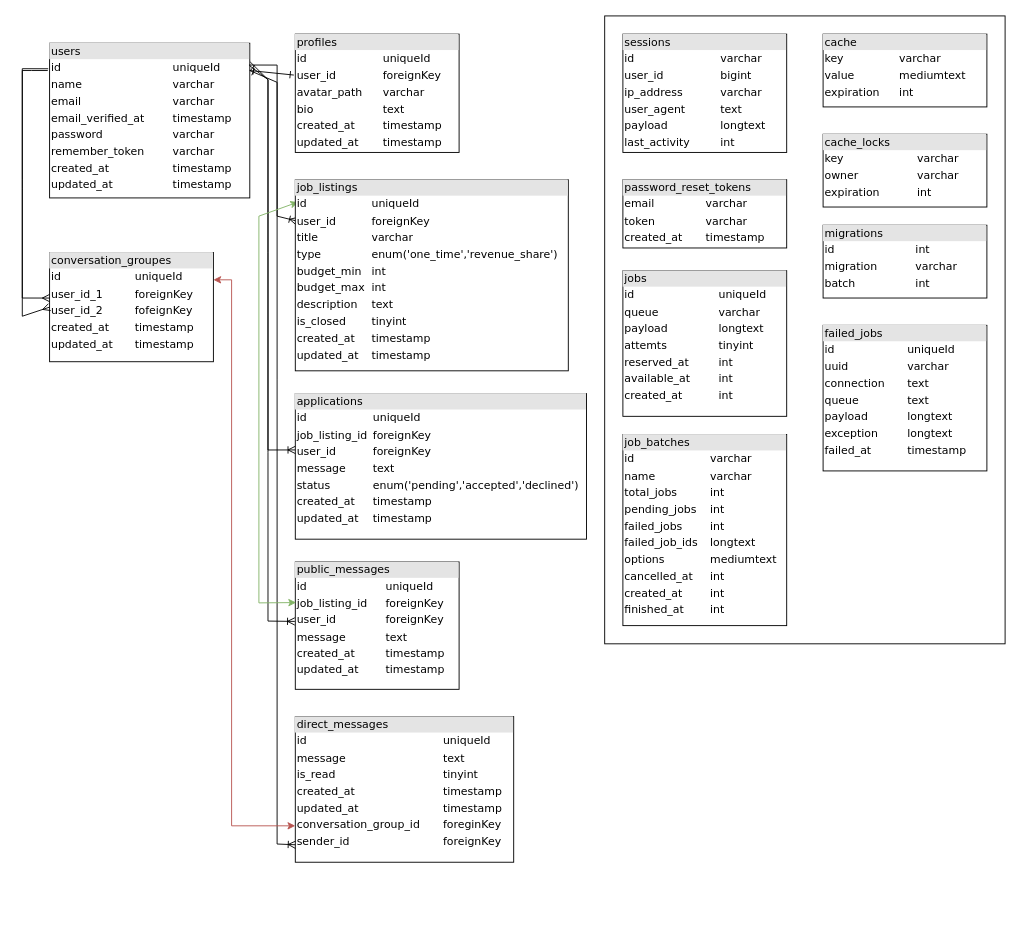
The draw.io diagram match-db.drawio in OzakiKazuhiro/match, before the edit. Source tidied: cells renumbered, new cells numbered last; positions are measured from the earlier drawing's top-left corner, leaving out a move shared by most shapes. Both pictures are drawn from the tidied source at 91%, with x=0, y=0 at pixel (22, 15).
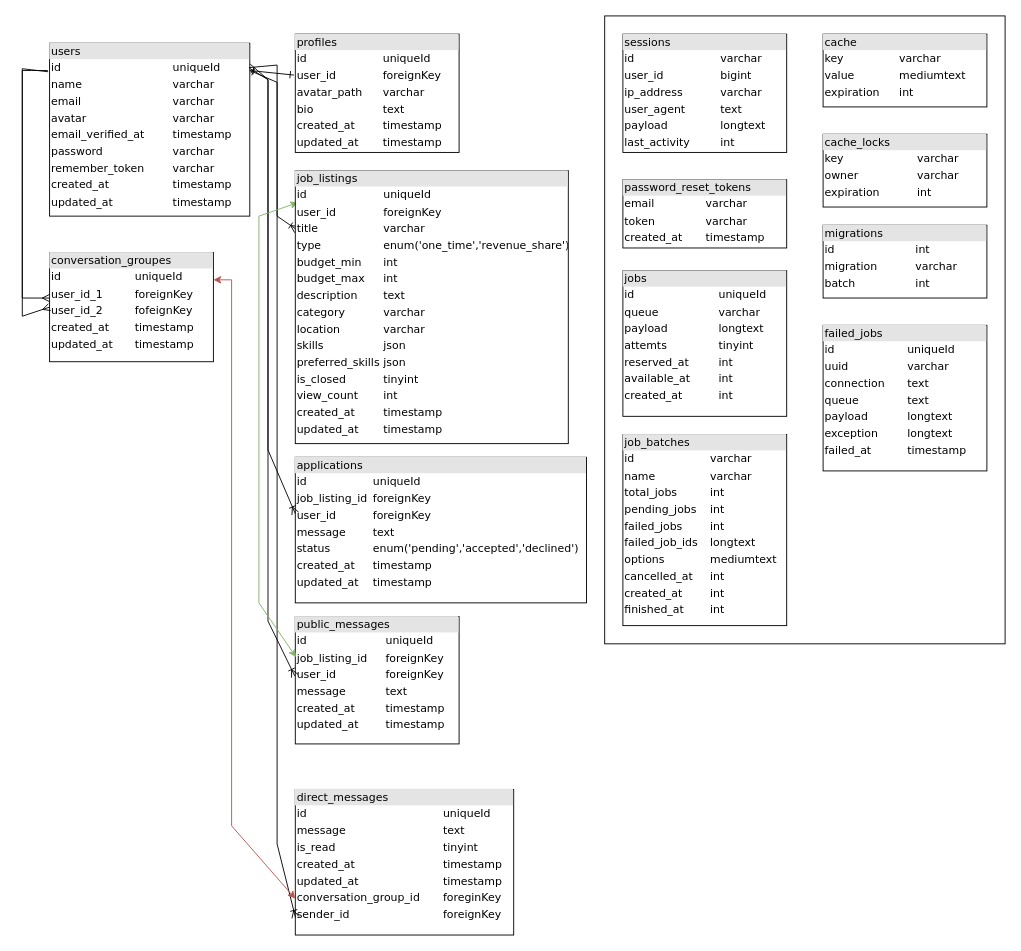
After the change.

The edit, as a diff of the source:
```diff
@@
-    <mxCell id="3" value="&lt;div style=&quot;box-sizing:border-box;width:100%;background:#e4e4e4;padding:2px;&quot;&gt;users&lt;/div&gt;&lt;table style=&quot;width:100%;font-size:1em;&quot; cellpadding=&quot;2&quot; cellspacing=&quot;0&quot;&gt;&lt;tbody&gt;&lt;tr&gt;&lt;td&gt;id&lt;/td&gt;&lt;td&gt;uniqueId&lt;/td&gt;&lt;/tr&gt;&lt;tr&gt;&lt;td&gt;name&lt;/td&gt;&lt;td&gt;varchar&lt;/td&gt;&lt;/tr&gt;&lt;tr&gt;&lt;td&gt;email&lt;/td&gt;&lt;td&gt;varchar&lt;br&gt;&lt;/td&gt;&lt;/tr&gt;&lt;tr&gt;&lt;td&gt;email_verified_at&lt;/td&gt;&lt;td&gt;timestamp&lt;/td&gt;&lt;/tr&gt;&lt;tr&gt;&lt;td&gt;password&lt;/td&gt;&lt;td&gt;varchar&lt;/td&gt;&lt;/tr&gt;&lt;tr&gt;&lt;td&gt;remember_token&lt;/td&gt;&lt;td&gt;varchar&lt;/td&gt;&lt;/tr&gt;&lt;tr&gt;&lt;td&gt;created_at&lt;/td&gt;&lt;td&gt;timestamp&lt;/td&gt;&lt;/tr&gt;&lt;tr&gt;&lt;td&gt;updated_at&lt;/td&gt;&lt;td&gt;timestamp&lt;/td&gt;&lt;/tr&gt;&lt;/tbody&gt;&lt;/table&gt;" style="verticalAlign=top;align=left;overflow=fill;html=1;rounded=0;shadow=0;comic=0;labelBackgroundColor=none;strokeWidth=1;fontFamily=Verdana;fontSize=12;" parent="1" vertex="1">
-      <mxGeometry x="30" y="30" width="220" height="170" as="geometry" />
+    <mxCell id="3" value="&lt;div style=&quot;box-sizing:border-box;width:100%;background:#e4e4e4;padding:2px;&quot;&gt;users&lt;/div&gt;&lt;table style=&quot;width:100%;font-size:1em;&quot; cellpadding=&quot;2&quot; cellspacing=&quot;0&quot;&gt;&lt;tbody&gt;&lt;tr&gt;&lt;td&gt;id&lt;/td&gt;&lt;td&gt;uniqueId&lt;/td&gt;&lt;/tr&gt;&lt;tr&gt;&lt;td&gt;name&lt;/td&gt;&lt;td&gt;varchar&lt;/td&gt;&lt;/tr&gt;&lt;tr&gt;&lt;td&gt;email&lt;/td&gt;&lt;td&gt;varchar&lt;br&gt;&lt;/td&gt;&lt;/tr&gt;&lt;tr&gt;&lt;td&gt;avatar&lt;/td&gt;&lt;td&gt;varchar&lt;/td&gt;&lt;/tr&gt;&lt;tr&gt;&lt;td&gt;email_verified_at&lt;/td&gt;&lt;td&gt;timestamp&lt;/td&gt;&lt;/tr&gt;&lt;tr&gt;&lt;td&gt;password&lt;/td&gt;&lt;td&gt;varchar&lt;/td&gt;&lt;/tr&gt;&lt;tr&gt;&lt;td&gt;remember_token&lt;/td&gt;&lt;td&gt;varchar&lt;/td&gt;&lt;/tr&gt;&lt;tr&gt;&lt;td&gt;created_at&lt;/td&gt;&lt;td&gt;timestamp&lt;/td&gt;&lt;/tr&gt;&lt;tr&gt;&lt;td&gt;updated_at&lt;/td&gt;&lt;td&gt;timestamp&lt;/td&gt;&lt;/tr&gt;&lt;/tbody&gt;&lt;/table&gt;" style="verticalAlign=top;align=left;overflow=fill;html=1;rounded=0;shadow=0;comic=0;labelBackgroundColor=none;strokeWidth=1;fontFamily=Verdana;fontSize=12;" parent="1" vertex="1">
+      <mxGeometry x="30" y="30" width="220" height="190" as="geometry" />
     </mxCell>
@@
     <mxCell id="5" value="&lt;div style=&quot;box-sizing: border-box ; width: 100% ; background: #e4e4e4 ; padding: 2px&quot;&gt;public_messages&lt;/div&gt;&lt;table style=&quot;width: 100% ; font-size: 1em&quot; cellpadding=&quot;2&quot; cellspacing=&quot;0&quot;&gt;&lt;tbody&gt;&lt;tr&gt;&lt;td&gt;id&lt;/td&gt;&lt;td&gt;uniqueId&lt;/td&gt;&lt;/tr&gt;&lt;tr&gt;&lt;td&gt;job_listing_id&lt;/td&gt;&lt;td&gt;foreignKey&lt;/td&gt;&lt;/tr&gt;&lt;tr&gt;&lt;td&gt;user_id&lt;/td&gt;&lt;td&gt;foreignKey&lt;/td&gt;&lt;/tr&gt;&lt;tr&gt;&lt;td&gt;message&lt;/td&gt;&lt;td&gt;text&lt;/td&gt;&lt;/tr&gt;&lt;tr&gt;&lt;td&gt;created_at&lt;/td&gt;&lt;td&gt;timestamp&lt;/td&gt;&lt;/tr&gt;&lt;tr&gt;&lt;td&gt;updated_at&lt;/td&gt;&lt;td&gt;timestamp&lt;/td&gt;&lt;/tr&gt;&lt;/tbody&gt;&lt;/table&gt;" style="verticalAlign=top;align=left;overflow=fill;html=1;rounded=0;shadow=0;comic=0;labelBackgroundColor=none;strokeWidth=1;fontFamily=Verdana;fontSize=12;" parent="1" vertex="1">
-      <mxGeometry x="300" y="600" width="180" height="140" as="geometry" />
+      <mxGeometry x="300" y="660" width="180" height="140" as="geometry" />
     </mxCell>
@@
     <mxCell id="8" value="&lt;div style=&quot;box-sizing: border-box ; width: 100% ; background: #e4e4e4 ; padding: 2px&quot;&gt;applications&lt;/div&gt;&lt;table style=&quot;width: 100% ; font-size: 1em&quot; cellpadding=&quot;2&quot; cellspacing=&quot;0&quot;&gt;&lt;tbody&gt;&lt;tr&gt;&lt;td&gt;id&lt;/td&gt;&lt;td&gt;uniqueId&lt;/td&gt;&lt;/tr&gt;&lt;tr&gt;&lt;td&gt;job_listing_id&lt;/td&gt;&lt;td&gt;foreignKey&lt;/td&gt;&lt;/tr&gt;&lt;tr&gt;&lt;td&gt;user_id&lt;/td&gt;&lt;td&gt;foreignKey&lt;/td&gt;&lt;/tr&gt;&lt;tr&gt;&lt;td&gt;message&lt;/td&gt;&lt;td&gt;text&lt;/td&gt;&lt;/tr&gt;&lt;tr&gt;&lt;td&gt;status&lt;/td&gt;&lt;td&gt;enum('pending','accepted','declined')&lt;/td&gt;&lt;/tr&gt;&lt;tr&gt;&lt;td&gt;created_at&lt;/td&gt;&lt;td&gt;timestamp&lt;/td&gt;&lt;/tr&gt;&lt;tr&gt;&lt;td&gt;updated_at&lt;/td&gt;&lt;td&gt;timestamp&lt;/td&gt;&lt;/tr&gt;&lt;/tbody&gt;&lt;/table&gt;" style="verticalAlign=top;align=left;overflow=fill;html=1;rounded=0;shadow=0;comic=0;labelBackgroundColor=none;strokeWidth=1;fontFamily=Verdana;fontSize=12;" parent="1" vertex="1">
-      <mxGeometry x="300" y="415" width="320" height="160" as="geometry" />
+      <mxGeometry x="300" y="485" width="320" height="160" as="geometry" />
     </mxCell>
@@
     <mxCell id="12" value="&lt;div style=&quot;box-sizing: border-box ; width: 100% ; background: #e4e4e4 ; padding: 2px&quot;&gt;direct_messages&lt;/div&gt;&lt;table style=&quot;width: 100% ; font-size: 1em&quot; cellpadding=&quot;2&quot; cellspacing=&quot;0&quot;&gt;&lt;tbody&gt;&lt;tr&gt;&lt;td&gt;id&lt;/td&gt;&lt;td&gt;uniqueId&lt;/td&gt;&lt;/tr&gt;&lt;tr&gt;&lt;td&gt;message&lt;/td&gt;&lt;td&gt;text&lt;/td&gt;&lt;/tr&gt;&lt;tr&gt;&lt;td&gt;is_read&lt;/td&gt;&lt;td&gt;tinyint&lt;/td&gt;&lt;/tr&gt;&lt;tr&gt;&lt;td&gt;created_at&lt;/td&gt;&lt;td&gt;timestamp&lt;/td&gt;&lt;/tr&gt;&lt;tr&gt;&lt;td&gt;updated_at&lt;/td&gt;&lt;td&gt;timestamp&lt;/td&gt;&lt;/tr&gt;&lt;tr&gt;&lt;td&gt;conversation_group_id&lt;/td&gt;&lt;td&gt;foreginKey&lt;br&gt;&lt;/td&gt;&lt;/tr&gt;&lt;tr&gt;&lt;td&gt;sender_id&lt;/td&gt;&lt;td&gt;foreignKey&lt;/td&gt;&lt;/tr&gt;&lt;/tbody&gt;&lt;/table&gt;" style="verticalAlign=top;align=left;overflow=fill;html=1;rounded=0;shadow=0;comic=0;labelBackgroundColor=none;strokeWidth=1;fontFamily=Verdana;fontSize=12;" parent="1" vertex="1">
-      <mxGeometry x="300" y="770" width="240" height="160" as="geometry" />
+      <mxGeometry x="300" y="850" width="240" height="160" as="geometry" />
     </mxCell>
@@
-    <mxCell id="19" value="&lt;div style=&quot;box-sizing: border-box ; width: 100% ; background: #e4e4e4 ; padding: 2px&quot;&gt;job_listings&lt;/div&gt;&lt;table style=&quot;width: 100% ; font-size: 1em&quot; cellpadding=&quot;2&quot; cellspacing=&quot;0&quot;&gt;&lt;tbody&gt;&lt;tr&gt;&lt;td&gt;id&lt;/td&gt;&lt;td&gt;uniqueId&lt;/td&gt;&lt;/tr&gt;&lt;tr&gt;&lt;td&gt;user_id&lt;/td&gt;&lt;td&gt;foreignKey&lt;/td&gt;&lt;/tr&gt;&lt;tr&gt;&lt;td&gt;title&lt;/td&gt;&lt;td&gt;varchar&lt;/td&gt;&lt;/tr&gt;&lt;tr&gt;&lt;td&gt;type&lt;/td&gt;&lt;td&gt;enum('one_time','revenue_share')&lt;/td&gt;&lt;/tr&gt;&lt;tr&gt;&lt;td&gt;budget_min&lt;/td&gt;&lt;td&gt;int&lt;/td&gt;&lt;/tr&gt;&lt;tr&gt;&lt;td&gt;budget_max&lt;/td&gt;&lt;td&gt;int&lt;/td&gt;&lt;/tr&gt;&lt;tr&gt;&lt;td&gt;description&lt;/td&gt;&lt;td&gt;text&lt;/td&gt;&lt;/tr&gt;&lt;tr&gt;&lt;td&gt;is_closed&lt;/td&gt;&lt;td&gt;tinyint&lt;/td&gt;&lt;/tr&gt;&lt;tr&gt;&lt;td&gt;created_at&lt;/td&gt;&lt;td&gt;timestamp&lt;/td&gt;&lt;/tr&gt;&lt;tr&gt;&lt;td&gt;updated_at&lt;/td&gt;&lt;td&gt;timestamp&lt;/td&gt;&lt;/tr&gt;&lt;tr&gt;&lt;td&gt;&lt;/td&gt;&lt;td&gt;&lt;br&gt;&lt;/td&gt;&lt;/tr&gt;&lt;/tbody&gt;&lt;/table&gt;" style="verticalAlign=top;align=left;overflow=fill;html=1;rounded=0;shadow=0;comic=0;labelBackgroundColor=none;strokeWidth=1;fontFamily=Verdana;fontSize=12;" parent="1" vertex="1">
-      <mxGeometry x="300" y="180" width="300" height="210" as="geometry" />
+    <mxCell id="19" value="&lt;div style=&quot;box-sizing: border-box ; width: 100% ; background: #e4e4e4 ; padding: 2px&quot;&gt;job_listings&lt;/div&gt;&lt;table style=&quot;width: 100% ; font-size: 1em&quot; cellpadding=&quot;2&quot; cellspacing=&quot;0&quot;&gt;&lt;tbody&gt;&lt;tr&gt;&lt;td&gt;id&lt;/td&gt;&lt;td&gt;uniqueId&lt;/td&gt;&lt;/tr&gt;&lt;tr&gt;&lt;td&gt;user_id&lt;/td&gt;&lt;td&gt;foreignKey&lt;/td&gt;&lt;/tr&gt;&lt;tr&gt;&lt;td&gt;title&lt;/td&gt;&lt;td&gt;varchar&lt;/td&gt;&lt;/tr&gt;&lt;tr&gt;&lt;td&gt;type&lt;/td&gt;&lt;td&gt;enum('one_time','revenue_share')&lt;/td&gt;&lt;/tr&gt;&lt;tr&gt;&lt;td&gt;budget_min&lt;/td&gt;&lt;td&gt;int&lt;/td&gt;&lt;/tr&gt;&lt;tr&gt;&lt;td&gt;budget_max&lt;/td&gt;&lt;td&gt;int&lt;/td&gt;&lt;/tr&gt;&lt;tr&gt;&lt;td&gt;description&lt;/td&gt;&lt;td&gt;text&lt;/td&gt;&lt;/tr&gt;&lt;tr&gt;&lt;td&gt;category&lt;/td&gt;&lt;td&gt;varchar&lt;/td&gt;&lt;/tr&gt;&lt;tr&gt;&lt;td&gt;location&lt;/td&gt;&lt;td&gt;varchar&lt;/td&gt;&lt;/tr&gt;&lt;tr&gt;&lt;td&gt;skills&lt;/td&gt;&lt;td&gt;json&lt;/td&gt;&lt;/tr&gt;&lt;tr&gt;&lt;td&gt;preferred_skills&lt;/td&gt;&lt;td&gt;json&lt;/td&gt;&lt;/tr&gt;&lt;tr&gt;&lt;td&gt;is_closed&lt;/td&gt;&lt;td&gt;tinyint&lt;/td&gt;&lt;/tr&gt;&lt;tr&gt;&lt;td&gt;view_count&lt;/td&gt;&lt;td&gt;int&lt;/td&gt;&lt;/tr&gt;&lt;tr&gt;&lt;td&gt;created_at&lt;/td&gt;&lt;td&gt;timestamp&lt;/td&gt;&lt;/tr&gt;&lt;tr&gt;&lt;td&gt;updated_at&lt;/td&gt;&lt;td&gt;timestamp&lt;/td&gt;&lt;/tr&gt;&lt;tr&gt;&lt;td&gt;&lt;/td&gt;&lt;td&gt;&lt;br&gt;&lt;/td&gt;&lt;/tr&gt;&lt;/tbody&gt;&lt;/table&gt;" style="verticalAlign=top;align=left;overflow=fill;html=1;rounded=0;shadow=0;comic=0;labelBackgroundColor=none;strokeWidth=1;fontFamily=Verdana;fontSize=12;" parent="1" vertex="1">
+      <mxGeometry x="300" y="170" width="300" height="300" as="geometry" />
     </mxCell>
```
